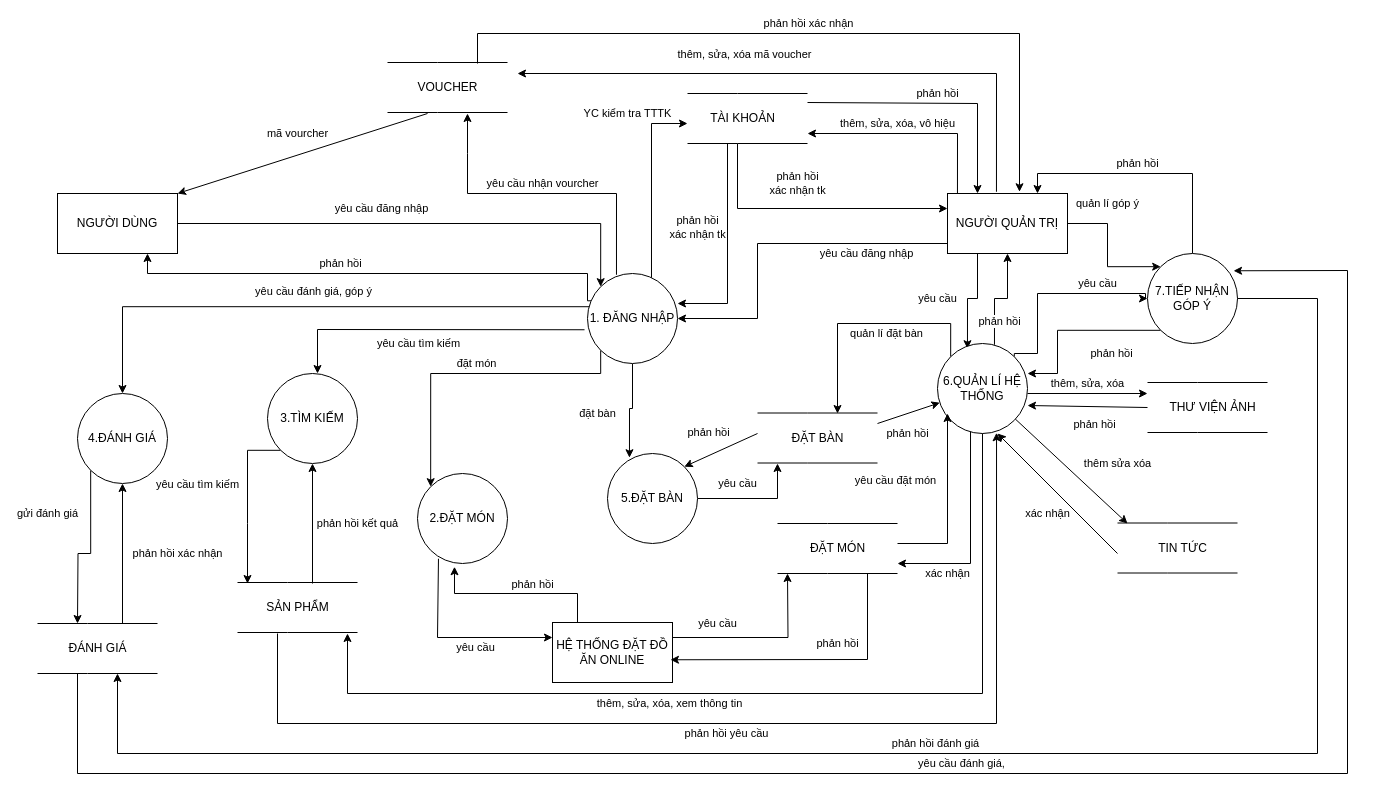
The draw.io diagram page "sơ đồ ngữ cảnh mức 1" (4 of 11) of Biểu đồ không có tiêu đề.drawio in trucka312/diagram, before the edit. Source tidied: cells renumbered, new cells numbered last; positions are measured from the earlier drawing's top-left corner, leaving out a move shared by most shapes. Both pictures are drawn from the tidied source at 100%, with x=0, y=0 at pixel (37, 33).
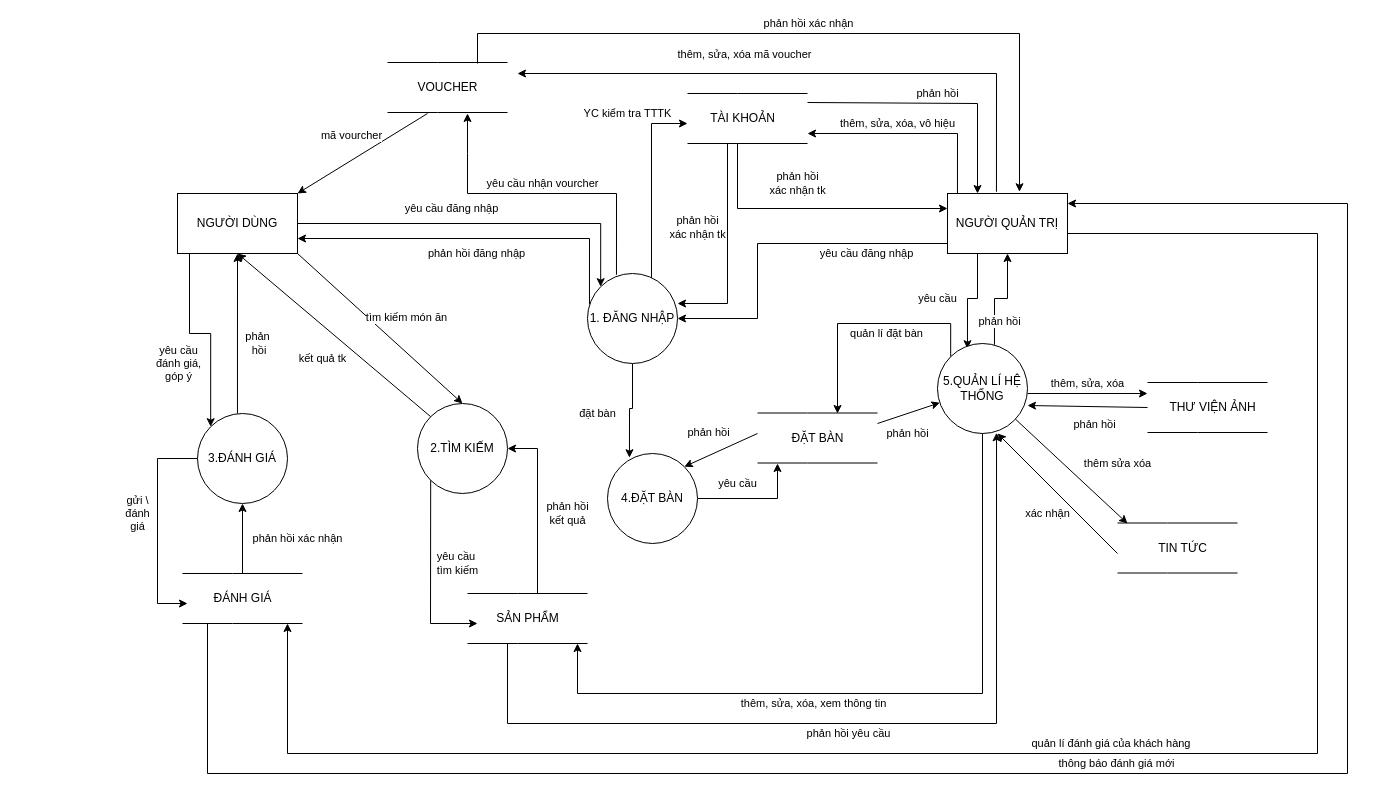
After the change.

The change refers to these unchanged cells:
```xml
<mxCell id="6" value="1. ĐĂNG NHẬP" style="ellipse;whiteSpace=wrap;html=1;" parent="1" vertex="1">
  <mxGeometry x="550" y="240" width="90" height="90" as="geometry" />
</mxCell>
<mxCell id="12" value="NGƯỜI QUẢN TRỊ" style="rounded=0;whiteSpace=wrap;html=1;" parent="1" vertex="1">
  <mxGeometry x="910" y="160" width="120" height="60" as="geometry" />
</mxCell>
```

Change to the diagram source:
```diff
@@
-    <mxCell id="2" value="phản hồi" style="edgeStyle=orthogonalEdgeStyle;rounded=0;jettySize=auto;html=1;exitX=0.044;exitY=0.303;exitDx=0;exitDy=0;entryX=0.75;entryY=1;entryDx=0;entryDy=0;exitPerimeter=0;" parent="1" edge="1" source="6" target="8">
-      <mxGeometry x="0.13" y="-10" relative="1" as="geometry">
-        <Array as="points">
-          <mxPoint x="550" y="267" />
-          <mxPoint x="550" y="240" />
-          <mxPoint x="110" y="240" />
-        </Array>
-      </mxGeometry>
-    </mxCell>
-    <mxCell id="3" value="yêu cầu đánh giá, góp ý" style="edgeStyle=orthogonalEdgeStyle;rounded=0;jettySize=auto;html=1;exitX=0.033;exitY=0.369;exitDx=0;exitDy=0;entryX=0.5;entryY=0;entryDx=0;entryDy=0;exitPerimeter=0;" parent="1" edge="1" source="6" target="17">
-      <mxGeometry y="-15" relative="1" as="geometry" />
+    <mxCell id="3" value="yêu cầu &lt;br&gt;đánh giá, &lt;br&gt;góp ý" style="edgeStyle=orthogonalEdgeStyle;rounded=0;jettySize=auto;html=1;exitX=0.1;exitY=0.994;exitDx=0;exitDy=0;entryX=0;entryY=0;entryDx=0;entryDy=0;exitPerimeter=0;" parent="1" edge="1" source="8" target="17">
+      <mxGeometry x="-0.17" y="-32" relative="1" as="geometry">
+        <mxPoint x="-12" y="-2" as="offset" />
+      </mxGeometry>
     </mxCell>
-    <mxCell id="4" value="đặt món" style="edgeStyle=orthogonalEdgeStyle;rounded=0;jettySize=auto;html=1;exitX=0;exitY=1;exitDx=0;exitDy=0;entryX=0;entryY=0;entryDx=0;entryDy=0;" parent="1" edge="1" source="6" target="13">
-      <mxGeometry x="-0.04" y="-10" relative="1" as="geometry">
-        <Array as="points">
-          <mxPoint x="563" y="340" />
-          <mxPoint x="393" y="340" />
-        </Array>
-      </mxGeometry>
-    </mxCell>
@@
     <mxCell id="8" value="NGƯỜI DÙNG" style="rounded=0;whiteSpace=wrap;html=1;" parent="1" vertex="1">
-      <mxGeometry x="20" y="160" width="120" height="60" as="geometry" />
+      <mxGeometry x="140" y="160" width="120" height="60" as="geometry" />
     </mxCell>
@@
-    <mxCell id="11" value="quản lí góp ý" style="edgeStyle=orthogonalEdgeStyle;rounded=0;jettySize=auto;html=1;exitX=1;exitY=0.5;exitDx=0;exitDy=0;entryX=0;entryY=0;entryDx=0;entryDy=0;" parent="1" edge="1" source="12" target="26">
-      <mxGeometry x="-0.41" y="-20" relative="1" as="geometry">
-        <mxPoint x="20" y="-20" as="offset" />
-      </mxGeometry>
-    </mxCell>
@@
-    <mxCell id="13" value="2.ĐẶT MÓN" style="ellipse;whiteSpace=wrap;html=1;" parent="1" vertex="1">
-      <mxGeometry x="380" y="440" width="90" height="90" as="geometry" />
-    </mxCell>
-    <mxCell id="14" value="yêu cầu tìm kiếm" style="edgeStyle=orthogonalEdgeStyle;rounded=0;jettySize=auto;html=1;exitX=0;exitY=1;exitDx=0;exitDy=0;" parent="1" edge="1" source="15">
-      <mxGeometry x="-0.2" y="-50" relative="1" as="geometry">
-        <mxPoint x="210" y="550" as="targetPoint" />
-      </mxGeometry>
-    </mxCell>
-    <mxCell id="15" value="3.TÌM KIẾM" style="ellipse;whiteSpace=wrap;html=1;" parent="1" vertex="1">
-      <mxGeometry x="230" y="340" width="90" height="90" as="geometry" />
+    <mxCell id="15" value="2.TÌM KIẾM" style="ellipse;whiteSpace=wrap;html=1;" parent="1" vertex="1">
+      <mxGeometry x="380" y="370" width="90" height="90" as="geometry" />
     </mxCell>
-    <mxCell id="16" value="gửi đánh giá" style="edgeStyle=orthogonalEdgeStyle;rounded=0;jettySize=auto;html=1;exitX=0;exitY=1;exitDx=0;exitDy=0;" parent="1" edge="1" source="17">
-      <mxGeometry x="-0.48" y="-43" relative="1" as="geometry">
-        <mxPoint x="40" y="590" as="targetPoint" />
-      </mxGeometry>
-    </mxCell>
-    <mxCell id="17" value="4.ĐÁNH GIÁ" style="ellipse;whiteSpace=wrap;html=1;" parent="1" vertex="1">
-      <mxGeometry x="40" y="360" width="90" height="90" as="geometry" />
+    <mxCell id="17" value="3.ĐÁNH GIÁ" style="ellipse;whiteSpace=wrap;html=1;" parent="1" vertex="1">
+      <mxGeometry x="160" y="380" width="90" height="90" as="geometry" />
     </mxCell>
@@
-    <mxCell id="19" value="5.ĐẶT BÀN" style="ellipse;whiteSpace=wrap;html=1;" parent="1" vertex="1">
+    <mxCell id="19" value="4.ĐẶT BÀN" style="ellipse;whiteSpace=wrap;html=1;" parent="1" vertex="1">
       <mxGeometry x="570" y="420" width="90" height="90" as="geometry" />
     </mxCell>
@@
-    <mxCell id="22" value="yêu cầu" style="edgeStyle=orthogonalEdgeStyle;rounded=0;jettySize=auto;html=1;exitX=1;exitY=0;exitDx=0;exitDy=0;entryX=0;entryY=0.5;entryDx=0;entryDy=0;" parent="1" edge="1" source="23" target="26">
-      <mxGeometry x="0.45" y="10" relative="1" as="geometry">
-        <Array as="points">
-          <mxPoint x="977" y="320" />
-          <mxPoint x="1000" y="320" />
-          <mxPoint x="1000" y="260" />
-          <mxPoint x="1108" y="260" />
-          <mxPoint x="1108" y="265" />
-        </Array>
-      </mxGeometry>
-    </mxCell>
-    <mxCell id="23" value="6.QUẢN LÍ HỆ THỐNG" style="ellipse;whiteSpace=wrap;html=1;" parent="1" vertex="1">
+    <mxCell id="23" value="5.QUẢN LÍ HỆ THỐNG" style="ellipse;whiteSpace=wrap;html=1;" parent="1" vertex="1">
       <mxGeometry x="900" y="310" width="90" height="90" as="geometry" />
     </mxCell>
-    <mxCell id="24" value="phản hồi" style="edgeStyle=orthogonalEdgeStyle;rounded=0;jettySize=auto;html=1;exitX=0;exitY=1;exitDx=0;exitDy=0;" parent="1" edge="1" source="26">
-      <mxGeometry x="-0.44" y="23" relative="1" as="geometry">
-        <mxPoint x="990" y="340" as="targetPoint" />
-        <Array as="points">
-          <mxPoint x="1020" y="297" />
-          <mxPoint x="1020" y="340" />
-        </Array>
-      </mxGeometry>
-    </mxCell>
-    <mxCell id="25" value="phản hồi" style="edgeStyle=orthogonalEdgeStyle;rounded=0;jettySize=auto;html=1;exitX=0.5;exitY=0;exitDx=0;exitDy=0;entryX=0.75;entryY=0;entryDx=0;entryDy=0;" parent="1" edge="1" source="26" target="12">
-      <mxGeometry x="0.06" y="-10" relative="1" as="geometry" />
-    </mxCell>
-    <mxCell id="26" value="7.TIẾP NHẬN GÓP Ý" style="ellipse;whiteSpace=wrap;html=1;" parent="1" vertex="1">
-      <mxGeometry x="1110" y="220" width="90" height="90" as="geometry" />
-    </mxCell>
@@
     <mxCell id="31" style="endArrow=none;html=1;rounded=0;" parent="1" edge="1">
       <mxGeometry relative="1" as="geometry">
-        <mxPoint y="590" as="sourcePoint" />
-        <mxPoint x="120" y="590" as="targetPoint" />
+        <mxPoint x="145" y="540" as="sourcePoint" />
+        <mxPoint x="265" y="540" as="targetPoint" />
         <Array as="points">
-          <mxPoint x="50" y="590" />
+          <mxPoint x="195" y="540" />
         </Array>
       </mxGeometry>
     </mxCell>
     <mxCell id="32" style="endArrow=none;html=1;rounded=0;" parent="1" edge="1">
       <mxGeometry relative="1" as="geometry">
-        <mxPoint y="640" as="sourcePoint" />
-        <mxPoint x="120" y="640" as="targetPoint" />
+        <mxPoint x="145" y="590" as="sourcePoint" />
+        <mxPoint x="265" y="590" as="targetPoint" />
         <Array as="points">
-          <mxPoint x="50" y="640" />
+          <mxPoint x="195" y="590" />
         </Array>
       </mxGeometry>
     </mxCell>
     <mxCell id="33" value="ĐÁNH GIÁ" style="text;html=1;align=center;verticalAlign=middle;strokeColor=none;fillColor=none;" parent="1" vertex="1">
-      <mxGeometry x="20" y="600" width="80" height="30" as="geometry" />
+      <mxGeometry x="165" y="550" width="80" height="30" as="geometry" />
     </mxCell>
     <mxCell id="34" value="phản hồi xác nhận" style="endArrow=classic;html=1;rounded=0;entryX=0.5;entryY=1;entryDx=0;entryDy=0;" parent="1" edge="1" target="17">
       <mxGeometry y="-55" relative="1" as="geometry">
-        <mxPoint x="85" y="590" as="sourcePoint" />
+        <mxPoint x="205" y="540" as="sourcePoint" />
       </mxGeometry>
     </mxCell>
     <mxCell id="35" style="endArrow=none;html=1;rounded=0;" parent="1" edge="1">
       <mxGeometry relative="1" as="geometry">
-        <mxPoint x="200" y="549" as="sourcePoint" />
-        <mxPoint x="320" y="549" as="targetPoint" />
+        <mxPoint x="430" y="560" as="sourcePoint" />
+        <mxPoint x="550" y="560" as="targetPoint" />
         <Array as="points">
-          <mxPoint x="250" y="549" />
+          <mxPoint x="480" y="560" />
         </Array>
       </mxGeometry>
     </mxCell>
     <mxCell id="36" style="endArrow=none;html=1;rounded=0;" parent="1" edge="1">
       <mxGeometry relative="1" as="geometry">
-        <mxPoint x="200" y="599" as="sourcePoint" />
-        <mxPoint x="320" y="599" as="targetPoint" />
+        <mxPoint x="430" y="610" as="sourcePoint" />
+        <mxPoint x="550" y="610" as="targetPoint" />
         <Array as="points">
-          <mxPoint x="250" y="599" />
+          <mxPoint x="480" y="610" />
         </Array>
       </mxGeometry>
     </mxCell>
     <mxCell id="37" value="SẢN PHẨM" style="text;html=1;align=center;verticalAlign=middle;strokeColor=none;fillColor=none;" parent="1" vertex="1">
-      <mxGeometry x="215" y="559" width="90" height="30" as="geometry" />
+      <mxGeometry x="445" y="570" width="90" height="30" as="geometry" />
     </mxCell>
-    <mxCell id="38" value="phản hồi kết quả" style="endArrow=classic;html=1;rounded=0;entryX=0.5;entryY=1;entryDx=0;entryDy=0;" parent="1" edge="1" target="15">
-      <mxGeometry y="-45" relative="1" as="geometry">
-        <mxPoint x="275" y="550" as="sourcePoint" />
+    <mxCell id="38" value="phản hồi &lt;br&gt;kết quả" style="endArrow=classic;html=1;rounded=0;entryX=1;entryY=0.5;entryDx=0;entryDy=0;" parent="1" edge="1" target="15">
+      <mxGeometry x="-0.09" y="-30" relative="1" as="geometry">
+        <mxPoint x="500" y="560" as="sourcePoint" />
+        <Array as="points">
+          <mxPoint x="500" y="415" />
+        </Array>
       </mxGeometry>
     </mxCell>
-    <mxCell id="39" value="yêu cầu" style="endArrow=classic;html=1;rounded=0;exitX=0.233;exitY=0.947;exitDx=0;exitDy=0;entryX=0;entryY=0.25;entryDx=0;entryDy=0;exitPerimeter=0;" parent="1" edge="1" source="13" target="42">
-      <mxGeometry x="0.21" y="-10" relative="1" as="geometry">
-        <Array as="points">
-          <mxPoint x="400" y="604" />
-        </Array>
-      </mxGeometry>
-    </mxCell>
-    <mxCell id="40" value="phản hồi" style="edgeStyle=orthogonalEdgeStyle;rounded=0;jettySize=auto;html=1;exitX=0;exitY=0;exitDx=0;exitDy=0;entryX=0.411;entryY=1.036;entryDx=0;entryDy=0;entryPerimeter=0;" parent="1" edge="1" source="42" target="13">
-      <mxGeometry x="-0.03" y="-9" relative="1" as="geometry">
-        <Array as="points">
-          <mxPoint x="540" y="589" />
-          <mxPoint x="540" y="560" />
-          <mxPoint x="417" y="560" />
-        </Array>
-      </mxGeometry>
-    </mxCell>
-    <mxCell id="41" value="yêu cầu" style="edgeStyle=orthogonalEdgeStyle;rounded=0;jettySize=auto;html=1;exitX=1;exitY=0.25;exitDx=0;exitDy=0;" parent="1" edge="1" source="42">
-      <mxGeometry x="-0.5" y="14" relative="1" as="geometry">
-        <mxPoint x="750" y="540" as="targetPoint" />
-      </mxGeometry>
-    </mxCell>
-    <mxCell id="42" value="HỆ THỐNG ĐẶT ĐỒ ĂN ONLINE" style="rounded=0;whiteSpace=wrap;html=1;" parent="1" vertex="1">
-      <mxGeometry x="515" y="589" width="120" height="60" as="geometry" />
-    </mxCell>
-    <mxCell id="43" style="endArrow=none;html=1;rounded=0;" parent="1" edge="1">
-      <mxGeometry relative="1" as="geometry">
-        <mxPoint x="740" y="490" as="sourcePoint" />
-        <mxPoint x="860" y="490" as="targetPoint" />
-        <Array as="points">
-          <mxPoint x="790" y="490" />
-        </Array>
-      </mxGeometry>
-    </mxCell>
-    <mxCell id="44" style="endArrow=none;html=1;rounded=0;" parent="1" edge="1">
-      <mxGeometry relative="1" as="geometry">
-        <mxPoint x="740" y="540" as="sourcePoint" />
-        <mxPoint x="860" y="540" as="targetPoint" />
-        <Array as="points">
-          <mxPoint x="790" y="540" />
-        </Array>
-      </mxGeometry>
-    </mxCell>
-    <mxCell id="45" value="ĐẶT MÓN" style="text;html=1;align=center;verticalAlign=middle;strokeColor=none;fillColor=none;" parent="1" vertex="1">
-      <mxGeometry x="760" y="500" width="80" height="30" as="geometry" />
-    </mxCell>
-    <mxCell id="46" value="phản hồi" style="endArrow=classic;html=1;rounded=0;entryX=0.983;entryY=0.621;entryDx=0;entryDy=0;entryPerimeter=0;" parent="1" edge="1" target="42">
-      <mxGeometry x="-0.18" y="-16" relative="1" as="geometry">
-        <mxPoint x="830" y="540" as="sourcePoint" />
-        <Array as="points">
-          <mxPoint x="830" y="626" />
-        </Array>
-      </mxGeometry>
-    </mxCell>
@@
-    <mxCell id="52" value="yêu cầu đặt món" style="endArrow=classic;html=1;rounded=0;" parent="1" edge="1">
-      <mxGeometry x="0.25" y="52" relative="1" as="geometry">
-        <mxPoint x="860" y="510" as="sourcePoint" />
-        <mxPoint x="910" y="380" as="targetPoint" />
-        <Array as="points">
-          <mxPoint x="910" y="510" />
-        </Array>
-      </mxGeometry>
-    </mxCell>
-    <mxCell id="53" value="xác nhận" style="endArrow=classic;html=1;rounded=0;exitX=0.367;exitY=0.981;exitDx=0;exitDy=0;exitPerimeter=0;" parent="1" edge="1" source="23">
-      <mxGeometry x="0.51" y="10" relative="1" as="geometry">
-        <mxPoint x="860" y="530" as="targetPoint" />
-        <Array as="points">
-          <mxPoint x="933" y="530" />
-        </Array>
-      </mxGeometry>
-    </mxCell>
     <mxCell id="54" value="thêm, sửa, xóa, xem thông tin" style="endArrow=classic;html=1;rounded=0;exitX=0.5;exitY=1;exitDx=0;exitDy=0;" parent="1" edge="1" source="23">
       <mxGeometry x="0.2" y="10" relative="1" as="geometry">
-        <mxPoint x="310" y="600" as="targetPoint" />
+        <mxPoint x="540" y="610" as="targetPoint" />
         <Array as="points">
           <mxPoint x="945" y="660" />
-          <mxPoint x="310" y="660" />
+          <mxPoint x="540" y="660" />
         </Array>
       </mxGeometry>
     </mxCell>
     <mxCell id="55" value="phản hồi yêu cầu" style="endArrow=classic;html=1;rounded=0;entryX=0.656;entryY=0.992;entryDx=0;entryDy=0;entryPerimeter=0;" parent="1" edge="1" target="23">
       <mxGeometry x="-0.02" y="-10" relative="1" as="geometry">
-        <mxPoint x="240" y="600" as="sourcePoint" />
+        <mxPoint x="470" y="610" as="sourcePoint" />
         <Array as="points">
-          <mxPoint x="240" y="690" />
+          <mxPoint x="470" y="690" />
           <mxPoint x="959" y="690" />
         </Array>
       </mxGeometry>
     </mxCell>
-    <mxCell id="56" value="yêu cầu tìm kiếm" style="endArrow=classic;html=1;rounded=0;exitX=-0.033;exitY=0.625;exitDx=0;exitDy=0;exitPerimeter=0;" parent="1" edge="1" source="6">
-      <mxGeometry x="0.07" y="14" relative="1" as="geometry">
-        <mxPoint x="280" y="340" as="targetPoint" />
-        <Array as="points">
-          <mxPoint x="280" y="296" />
-        </Array>
-      </mxGeometry>
-    </mxCell>
-    <mxCell id="57" value="phản hồi đánh giá" style="endArrow=classic;html=1;rounded=0;exitX=1;exitY=0.5;exitDx=0;exitDy=0;" parent="1" edge="1" source="26">
+    <mxCell id="57" value="quản lí đánh giá của khách hàng&amp;nbsp;" style="endArrow=classic;html=1;rounded=0;" parent="1" edge="1">
       <mxGeometry x="0.01" y="-10" relative="1" as="geometry">
-        <mxPoint x="80" y="640" as="targetPoint" />
+        <mxPoint x="1030" y="200" as="sourcePoint" />
+        <mxPoint x="250" y="590" as="targetPoint" />
         <Array as="points">
-          <mxPoint x="1280" y="265" />
+          <mxPoint x="1280" y="200" />
           <mxPoint x="1280" y="720" />
-          <mxPoint x="80" y="720" />
+          <mxPoint x="250" y="720" />
         </Array>
       </mxGeometry>
     </mxCell>
-    <mxCell id="58" value="yêu cầu đánh giá," style="endArrow=classic;html=1;rounded=0;entryX=0.956;entryY=0.192;entryDx=0;entryDy=0;entryPerimeter=0;" parent="1" edge="1" target="26">
+    <mxCell id="58" value="thông báo đánh giá mới" style="endArrow=classic;html=1;rounded=0;" parent="1" edge="1">
       <mxGeometry x="-0.01" y="10" relative="1" as="geometry">
-        <mxPoint x="40" y="640" as="sourcePoint" />
+        <mxPoint x="170" y="590" as="sourcePoint" />
+        <mxPoint x="1030" y="170" as="targetPoint" />
         <Array as="points">
-          <mxPoint x="40" y="740" />
+          <mxPoint x="170" y="740" />
           <mxPoint x="1310" y="740" />
-          <mxPoint x="1310" y="237" />
+          <mxPoint x="1310" y="170" />
         </Array>
       </mxGeometry>
     </mxCell>
@@
+    <mxCell id="2" value="phản hồi đăng nhập" style="endArrow=classic;html=1;rounded=0;exitX=0.022;exitY=0.342;exitDx=0;exitDy=0;exitPerimeter=0;entryX=1;entryY=0.75;entryDx=0;entryDy=0;" parent="1" edge="1" source="6" target="8">
+      <mxGeometry y="15" relative="1" as="geometry">
+        <Array as="points">
+          <mxPoint x="552" y="205" />
+        </Array>
+      </mxGeometry>
+    </mxCell>
+    <mxCell id="81" value="kết quả tk" style="endArrow=classic;html=1;rounded=0;exitX=0;exitY=0;exitDx=0;exitDy=0;entryX=0.5;entryY=1;entryDx=0;entryDy=0;" parent="1" edge="1" source="15" target="8">
+      <mxGeometry x="-0.06" y="25" relative="1" as="geometry">
+        <mxPoint x="-1" as="offset" />
+      </mxGeometry>
+    </mxCell>
+    <mxCell id="82" value="yêu cầu&amp;nbsp;&lt;br&gt;tìm kiếm" style="endArrow=classic;html=1;rounded=0;exitX=0;exitY=1;exitDx=0;exitDy=0;" parent="1" edge="1" source="15">
+      <mxGeometry x="-0.13" y="27" relative="1" as="geometry">
+        <mxPoint x="440" y="590" as="targetPoint" />
+        <Array as="points">
+          <mxPoint x="393" y="590" />
+        </Array>
+      </mxGeometry>
+    </mxCell>
+    <mxCell id="83" value="tìm kiếm món ăn" style="endArrow=classic;html=1;rounded=0;exitX=1;exitY=1;exitDx=0;exitDy=0;entryX=0.5;entryY=0;entryDx=0;entryDy=0;" parent="1" edge="1" source="8" target="15">
+      <mxGeometry x="0.11" y="26" relative="1" as="geometry" />
+    </mxCell>
+    <mxCell id="84" value="phản&lt;br&gt;&amp;nbsp;hồi" style="endArrow=classic;html=1;rounded=0;exitX=0.444;exitY=0;exitDx=0;exitDy=0;entryX=0.5;entryY=1;entryDx=0;entryDy=0;exitPerimeter=0;" parent="1" edge="1" source="17" target="8">
+      <mxGeometry x="-0.12" y="-20" relative="1" as="geometry" />
+    </mxCell>
+    <mxCell id="85" value="gửi \&lt;br&gt;đánh &lt;br&gt;giá" style="endArrow=classic;html=1;rounded=0;exitX=0;exitY=0.5;exitDx=0;exitDy=0;" parent="1" edge="1" source="17">
+      <mxGeometry x="-0.12" y="-20" relative="1" as="geometry">
+        <mxPoint x="150" y="570" as="targetPoint" />
+        <Array as="points">
+          <mxPoint x="120" y="425" />
+          <mxPoint x="120" y="570" />
+        </Array>
+      </mxGeometry>
+    </mxCell>
```
